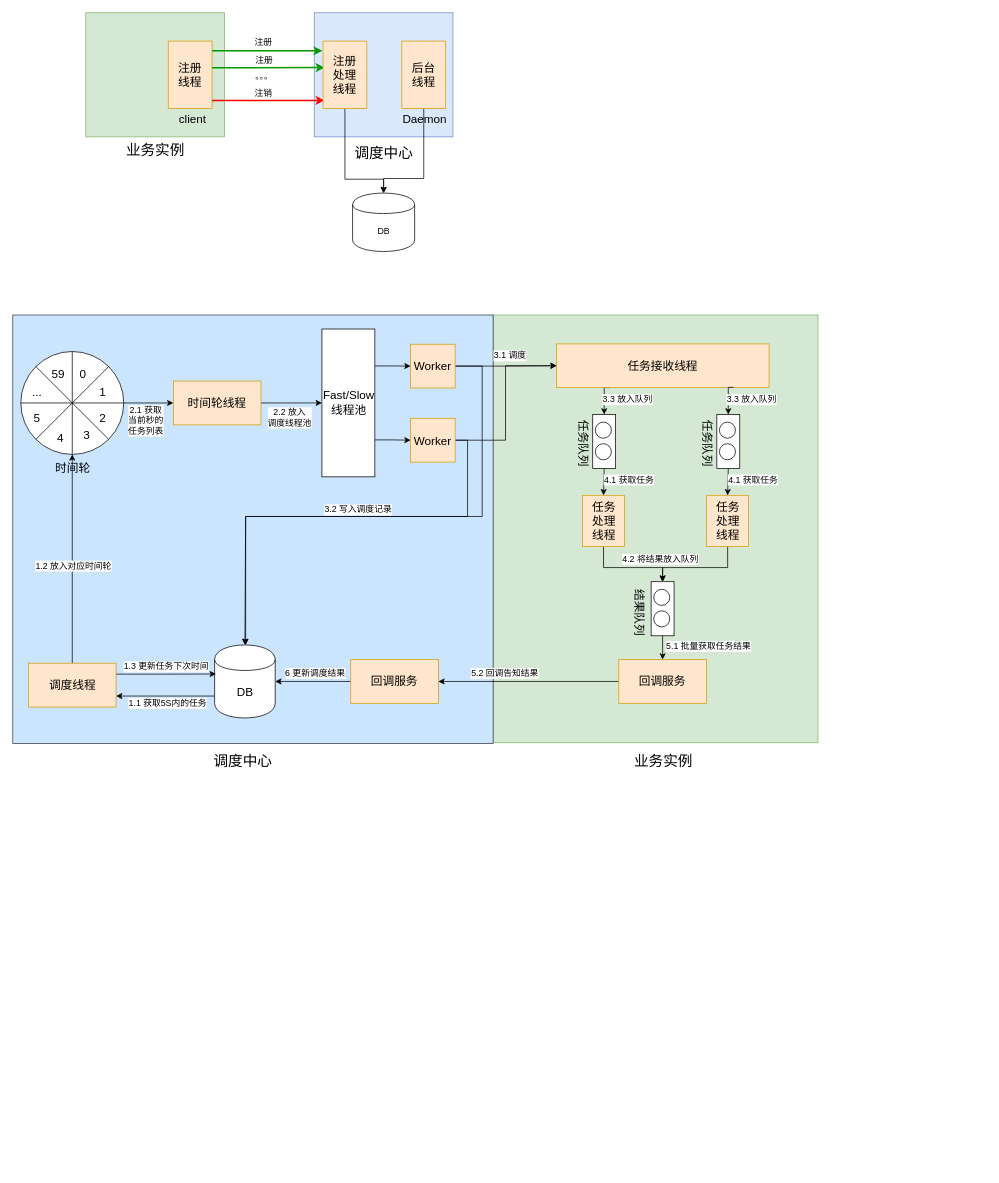
Before: zz/zzschedule/zzschedule.drawio in waterystone/draw_io, a draw.io diagram. Source tidied: cells renumbered, new cells numbered last; positions are measured from the earlier drawing's top-left corner, leaving out a move shared by most shapes. Both pictures are drawn from the tidied source at 73%, with x=0, y=0 at pixel (12, 12).
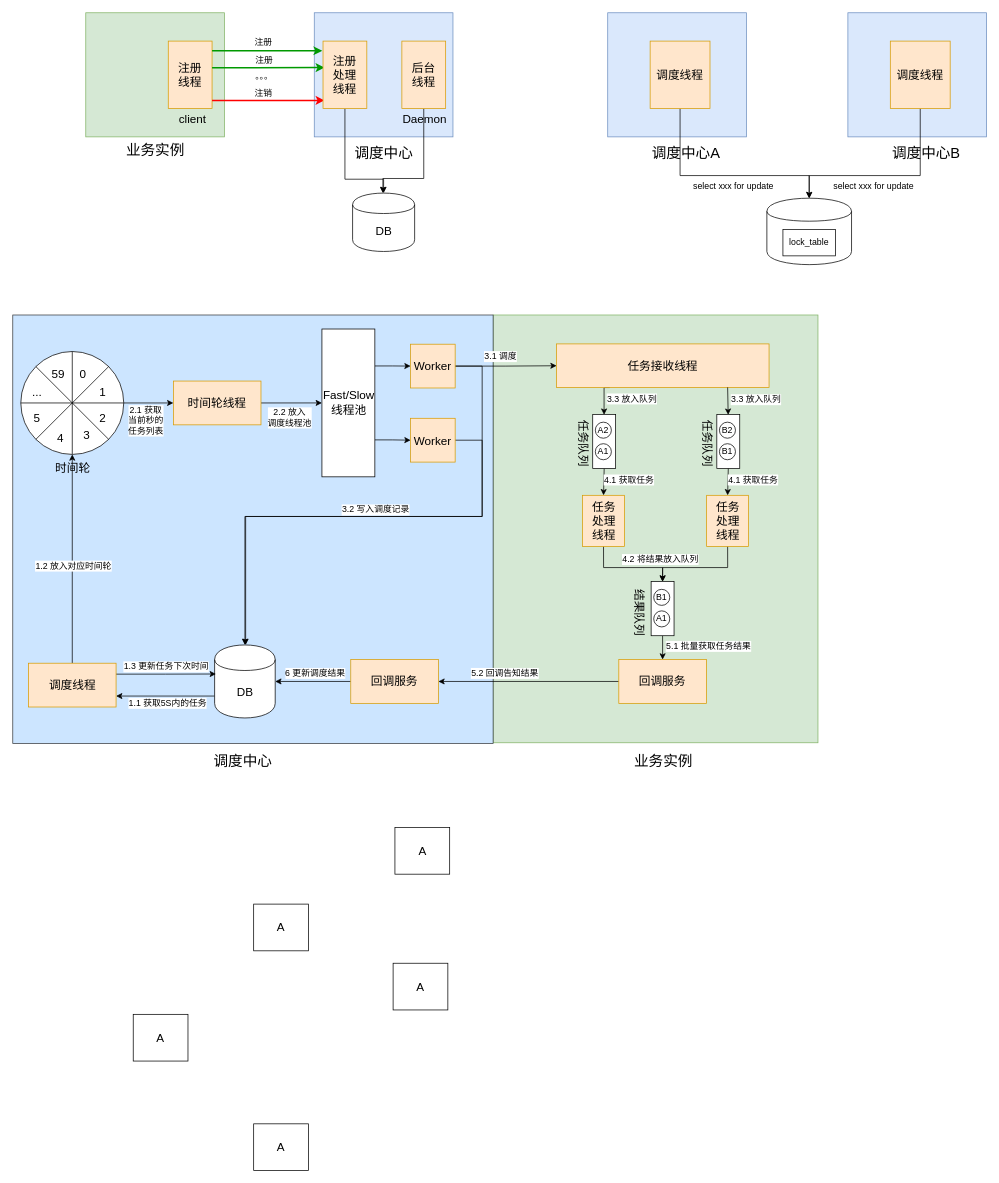
Above is the later version.

Unchanged cells that the change refers to:
```xml
<mxCell id="17" value="&lt;font style=&quot;font-size: 16px&quot;&gt;后台&lt;br&gt;线程&lt;br&gt;&lt;/font&gt;" style="rounded=0;whiteSpace=wrap;html=1;fillColor=#ffe6cc;strokeColor=#d79b00;" parent="1" vertex="1">
  <mxGeometry x="533" y="38.8" width="60" height="92.5" as="geometry" />
</mxCell>
<mxCell id="25" value="&lt;font style=&quot;font-size: 16px&quot;&gt;DB&lt;/font&gt;" style="shape=cylinder;whiteSpace=wrap;html=1;boundedLbl=1;backgroundOutline=1;" parent="1" vertex="1">
  <mxGeometry x="276.5" y="866" width="83" height="100" as="geometry" />
</mxCell>
<mxCell id="56" value="&lt;span style=&quot;font-size: 16px&quot;&gt;任务接收线程&lt;br&gt;&lt;/span&gt;" style="rounded=0;whiteSpace=wrap;html=1;strokeColor=#d79b00;fillColor=#ffe6cc;" parent="1" vertex="1">
  <mxGeometry x="745" y="453.6" width="291" height="59.8" as="geometry" />
</mxCell>
<mxCell id="66" value="&lt;font style=&quot;font-size: 16px&quot;&gt;Worker&lt;/font&gt;" style="rounded=0;whiteSpace=wrap;html=1;strokeColor=#d79b00;fillColor=#ffe6cc;" parent="1" vertex="1">
  <mxGeometry x="545" y="555.5" width="61" height="60" as="geometry" />
</mxCell>
<mxCell id="86" style="group;" parent="1" vertex="1">
  <mxGeometry x="943.1" y="560.8" width="74.1" height="51.5" as="geometry" />
</mxCell>
<mxCell id="87" style="rounded=0;whiteSpace=wrap;html=1;strokeColor=#000000;strokeWidth=1;rotation=-90;" parent="86" vertex="1">
  <mxGeometry y="10.9" width="74.1" height="31.4" as="geometry" />
</mxCell>
```

Diff of the diagram source:
```diff
@@
-    <mxCell id="15" value="DB" style="shape=cylinder;whiteSpace=wrap;html=1;boundedLbl=1;backgroundOutline=1;" parent="1" vertex="1">
+    <mxCell id="15" value="&lt;font style=&quot;font-size: 16px&quot;&gt;DB&lt;/font&gt;" style="shape=cylinder;whiteSpace=wrap;html=1;boundedLbl=1;backgroundOutline=1;" parent="1" vertex="1">
       <mxGeometry x="465.5" y="247" width="85" height="80" as="geometry" />
     </mxCell>
     <mxCell id="16" style="edgeStyle=orthogonalEdgeStyle;rounded=0;jettySize=auto;html=1;exitX=0.5;exitY=1;exitDx=0;exitDy=0;strokeColor=#000000;strokeWidth=1;" parent="1" edge="1" source="17" target="15">
       <mxGeometry relative="1" as="geometry">
         <Array as="points">
           <mxPoint x="563" y="227" />
-          <mxPoint x="508" y="227" />
+          <mxPoint x="507" y="227" />
         </Array>
       </mxGeometry>
     </mxCell>
@@
-    <mxCell id="54" style="edgeStyle=orthogonalEdgeStyle;rounded=0;jettySize=auto;html=1;exitX=0.25;exitY=1;exitDx=0;exitDy=0;entryX=1;entryY=0.5;entryDx=0;entryDy=0;strokeColor=#000000;strokeWidth=1;" parent="1" edge="1" source="56" target="68">
-      <mxGeometry relative="1" as="geometry" />
+    <mxCell id="54" style="edgeStyle=orthogonalEdgeStyle;rounded=0;jettySize=auto;html=1;exitX=0.25;exitY=1;exitDx=0;exitDy=0;entryX=1;entryY=0.5;entryDx=0;entryDy=0;strokeColor=#000000;strokeWidth=1;" parent="1" edge="1" source="56">
+      <mxGeometry relative="1" as="geometry">
+        <mxPoint x="810" y="550.7" as="targetPoint" />
+      </mxGeometry>
     </mxCell>
     <mxCell id="55" value="3.3 放入队列" style="text;html=1;align=center;verticalAlign=middle;labelBackgroundColor=#ffffff;" parent="54" vertex="1">
       <mxGeometry x="-0.16" y="-1" relative="1" as="geometry">
-        <mxPoint x="32.6" y="4.2" as="offset" />
+        <mxPoint x="38.3" y="4.2" as="offset" />
       </mxGeometry>
     </mxCell>
@@
-    <mxCell id="62" style="edgeStyle=orthogonalEdgeStyle;rounded=0;jettySize=auto;html=1;exitX=1;exitY=0.5;exitDx=0;exitDy=0;entryX=0;entryY=0.5;entryDx=0;entryDy=0;strokeColor=#000000;strokeWidth=1;" parent="1" edge="1" source="66" target="56">
-      <mxGeometry relative="1" as="geometry">
-        <Array as="points">
-          <mxPoint x="675" y="585" />
-          <mxPoint x="675" y="484" />
-        </Array>
-      </mxGeometry>
-    </mxCell>
-    <mxCell id="63" value="3.1 调度" style="text;html=1;align=center;verticalAlign=middle;labelBackgroundColor=#ffffff;" parent="62" vertex="1">
-      <mxGeometry x="0.59" y="1" relative="1" as="geometry">
-        <mxPoint x="-15.1" y="-12.7" as="offset" />
-      </mxGeometry>
-    </mxCell>
     <mxCell id="64" style="edgeStyle=orthogonalEdgeStyle;rounded=0;jettySize=auto;html=1;exitX=1;exitY=0.5;exitDx=0;exitDy=0;entryX=0.5;entryY=0;entryDx=0;entryDy=0;strokeColor=#000000;strokeWidth=1;" parent="1" edge="1" source="66" target="25">
       <mxGeometry relative="1" as="geometry">
         <Array as="points">
-          <mxPoint x="623" y="585" />
-          <mxPoint x="623" y="690" />
-          <mxPoint x="319" y="690" />
+          <mxPoint x="643" y="585" />
+          <mxPoint x="643" y="690" />
+          <mxPoint x="318" y="690" />
         </Array>
       </mxGeometry>
     </mxCell>
@@
-    <mxCell id="67" style="group;" parent="1" vertex="1">
-      <mxGeometry x="773.1" y="560.8" width="74.1" height="51.5" as="geometry" />
-    </mxCell>
-    <mxCell id="68" style="rounded=0;whiteSpace=wrap;html=1;strokeColor=#000000;strokeWidth=1;rotation=-90;" parent="67" vertex="1">
-      <mxGeometry y="10.9" width="74.1" height="31.4" as="geometry" />
-    </mxCell>
-    <mxCell id="69" style="ellipse;whiteSpace=wrap;html=1;strokeColor=#000000;strokeWidth=1;rotation=-90;" parent="67" vertex="1">
-      <mxGeometry x="24.9" y="29.5" width="22" height="22" as="geometry" />
-    </mxCell>
-    <mxCell id="70" style="ellipse;whiteSpace=wrap;html=1;strokeColor=#000000;strokeWidth=1;rotation=-90;" parent="67" vertex="1">
-      <mxGeometry x="24.9" width="22" height="22" as="geometry" />
-    </mxCell>
-    <mxCell id="71" value="&lt;span style=&quot;font-size: 16px&quot;&gt;任务队列&lt;/span&gt;" style="text;html=1;align=center;verticalAlign=middle;rotation=90;" parent="67" vertex="1">
-      <mxGeometry x="-27.1" y="19.2" width="74" height="19" as="geometry" />
-    </mxCell>
-    <mxCell id="72" style="group;" parent="1" vertex="1">
-      <mxGeometry x="853.1" y="789.8" width="74.1" height="51.5" as="geometry" />
-    </mxCell>
-    <mxCell id="73" style="rounded=0;whiteSpace=wrap;html=1;strokeColor=#000000;strokeWidth=1;rotation=-90;" parent="72" vertex="1">
-      <mxGeometry y="10.9" width="74.1" height="31.4" as="geometry" />
-    </mxCell>
-    <mxCell id="74" style="ellipse;whiteSpace=wrap;html=1;strokeColor=#000000;strokeWidth=1;rotation=-90;" parent="72" vertex="1">
-      <mxGeometry x="24.9" y="29.5" width="22" height="22" as="geometry" />
-    </mxCell>
-    <mxCell id="75" style="ellipse;whiteSpace=wrap;html=1;strokeColor=#000000;strokeWidth=1;rotation=-90;" parent="72" vertex="1">
-      <mxGeometry x="24.9" width="22" height="22" as="geometry" />
-    </mxCell>
-    <mxCell id="76" value="&lt;span style=&quot;font-size: 16px&quot;&gt;结果队列&lt;/span&gt;" style="text;html=1;align=center;verticalAlign=middle;rotation=90;" parent="72" vertex="1">
-      <mxGeometry x="-31.1" y="22" width="74" height="19" as="geometry" />
-    </mxCell>
@@
-    <mxCell id="82" style="edgeStyle=orthogonalEdgeStyle;rounded=0;jettySize=auto;html=1;exitX=0.25;exitY=1;exitDx=0;exitDy=0;entryX=1;entryY=0.5;entryDx=0;entryDy=0;strokeColor=#000000;strokeWidth=1;" parent="1" edge="1" target="87">
+    <mxCell id="82" style="edgeStyle=orthogonalEdgeStyle;rounded=0;jettySize=auto;html=1;exitX=0.805;exitY=0.996;exitDx=0;exitDy=0;entryX=1;entryY=0.5;entryDx=0;entryDy=0;strokeColor=#000000;strokeWidth=1;exitPerimeter=0;" parent="1" edge="1" source="56">
       <mxGeometry relative="1" as="geometry">
-        <mxPoint x="987.4" y="513.1" as="sourcePoint" />
+        <mxPoint x="980" y="550.7" as="targetPoint" />
       </mxGeometry>
     </mxCell>
     <mxCell id="83" value="3.3 放入队列" style="text;html=1;align=center;verticalAlign=middle;labelBackgroundColor=#ffffff;" parent="82" vertex="1">
       <mxGeometry x="-0.16" y="-1" relative="1" as="geometry">
-        <mxPoint x="32.6" y="4.2" as="offset" />
+        <mxPoint x="38.7" as="offset" />
       </mxGeometry>
     </mxCell>
@@
-    <mxCell id="88" style="ellipse;whiteSpace=wrap;html=1;strokeColor=#000000;strokeWidth=1;rotation=-90;" parent="86" vertex="1">
+    <mxCell id="88" value="B1" style="ellipse;whiteSpace=wrap;html=1;strokeColor=#000000;strokeWidth=1;rotation=0;" parent="86" vertex="1">
       <mxGeometry x="24.9" y="29.5" width="22" height="22" as="geometry" />
     </mxCell>
-    <mxCell id="89" style="ellipse;whiteSpace=wrap;html=1;strokeColor=#000000;strokeWidth=1;rotation=-90;" parent="86" vertex="1">
+    <mxCell id="89" value="B2" style="ellipse;whiteSpace=wrap;html=1;strokeColor=#000000;strokeWidth=1;rotation=0;" parent="86" vertex="1">
       <mxGeometry x="24.9" width="22" height="22" as="geometry" />
     </mxCell>
@@
+    <mxCell id="68" style="rounded=0;whiteSpace=wrap;html=1;strokeColor=#000000;strokeWidth=1;rotation=-90;" parent="1" vertex="1">
+      <mxGeometry x="773.1" y="571.6" width="74.1" height="31.4" as="geometry" />
+    </mxCell>
+    <mxCell id="69" value="A1" style="ellipse;whiteSpace=wrap;html=1;strokeColor=#000000;strokeWidth=1;rotation=0;" parent="1" vertex="1">
+      <mxGeometry x="798" y="590.3" width="22" height="22" as="geometry" />
+    </mxCell>
+    <mxCell id="70" value="A2" style="ellipse;whiteSpace=wrap;html=1;strokeColor=#000000;strokeWidth=1;rotation=0;" parent="1" vertex="1">
+      <mxGeometry x="798" y="560.8" width="22" height="22" as="geometry" />
+    </mxCell>
+    <mxCell id="71" value="&lt;span style=&quot;font-size: 16px&quot;&gt;任务队列&lt;/span&gt;" style="text;html=1;align=center;verticalAlign=middle;rotation=90;" parent="1" vertex="1">
+      <mxGeometry x="746" y="580" width="74" height="19" as="geometry" />
+    </mxCell>
+    <mxCell id="73" style="rounded=0;whiteSpace=wrap;html=1;strokeColor=#000000;strokeWidth=1;rotation=-90;" parent="1" vertex="1">
+      <mxGeometry x="853.1" y="800.6" width="74.1" height="31.4" as="geometry" />
+    </mxCell>
+    <mxCell id="74" value="A1" style="ellipse;whiteSpace=wrap;html=1;strokeColor=#000000;strokeWidth=1;rotation=0;" parent="1" vertex="1">
+      <mxGeometry x="878" y="819.3" width="22" height="22" as="geometry" />
+    </mxCell>
+    <mxCell id="75" value="B1" style="ellipse;whiteSpace=wrap;html=1;strokeColor=#000000;strokeWidth=1;rotation=0;" parent="1" vertex="1">
+      <mxGeometry x="878" y="789.8" width="22" height="22" as="geometry" />
+    </mxCell>
+    <mxCell id="76" value="&lt;span style=&quot;font-size: 16px&quot;&gt;结果队列&lt;/span&gt;" style="text;html=1;align=center;verticalAlign=middle;rotation=90;" parent="1" vertex="1">
+      <mxGeometry x="822" y="811.8" width="74" height="19" as="geometry" />
+    </mxCell>
+    <mxCell id="63" value="3.1 调度" style="text;html=1;align=center;verticalAlign=middle;labelBackgroundColor=#ffffff;" parent="1" vertex="1">
+      <mxGeometry x="699" y="479" as="geometry">
+        <mxPoint x="-31.5" y="-8.5" as="offset" />
+      </mxGeometry>
+    </mxCell>
+    <mxCell id="98" style="rounded=0;whiteSpace=wrap;html=1;fillColor=#dae8fc;strokeColor=#6c8ebf;" parent="1" vertex="1">
+      <mxGeometry x="815" width="190" height="170" as="geometry" />
+    </mxCell>
+    <mxCell id="99" style="shape=cylinder;whiteSpace=wrap;html=1;boundedLbl=1;backgroundOutline=1;" parent="1" vertex="1">
+      <mxGeometry x="1033" y="254" width="116" height="91" as="geometry" />
+    </mxCell>
+    <mxCell id="100" value="&lt;font style=&quot;font-size: 20px&quot;&gt;调度中心A&lt;/font&gt;" style="text;html=1;align=center;verticalAlign=middle;" parent="1" vertex="1">
+      <mxGeometry x="870" y="182" width="103" height="20" as="geometry" />
+    </mxCell>
+    <mxCell id="101" style="edgeStyle=orthogonalEdgeStyle;rounded=0;jettySize=auto;html=1;exitX=0.5;exitY=1;exitDx=0;exitDy=0;entryX=0.5;entryY=0;entryDx=0;entryDy=0;strokeColor=#000000;strokeWidth=1;" parent="1" edge="1" source="102" target="99">
+      <mxGeometry relative="1" as="geometry">
+        <Array as="points">
+          <mxPoint x="915" y="223" />
+          <mxPoint x="1091" y="223" />
+        </Array>
+      </mxGeometry>
+    </mxCell>
+    <mxCell id="102" value="&lt;font style=&quot;font-size: 16px&quot;&gt;调度线程&lt;br&gt;&lt;/font&gt;" style="rounded=0;whiteSpace=wrap;html=1;fillColor=#ffe6cc;strokeColor=#d79b00;" parent="1" vertex="1">
+      <mxGeometry x="873.1" y="38.8" width="82" height="92.5" as="geometry" />
+    </mxCell>
+    <mxCell id="103" style="rounded=0;whiteSpace=wrap;html=1;fillColor=#dae8fc;strokeColor=#6c8ebf;" parent="1" vertex="1">
+      <mxGeometry x="1144" width="190" height="170" as="geometry" />
+    </mxCell>
+    <mxCell id="104" value="&lt;font style=&quot;font-size: 20px&quot;&gt;调度中心B&lt;/font&gt;" style="text;html=1;align=center;verticalAlign=middle;" parent="1" vertex="1">
+      <mxGeometry x="1199" y="182" width="103" height="20" as="geometry" />
+    </mxCell>
+    <mxCell id="105" style="edgeStyle=orthogonalEdgeStyle;rounded=0;jettySize=auto;html=1;exitX=0.5;exitY=1;exitDx=0;exitDy=0;entryX=0.5;entryY=0;entryDx=0;entryDy=0;strokeColor=#000000;strokeWidth=1;" parent="1" edge="1" source="106" target="99">
+      <mxGeometry relative="1" as="geometry">
+        <Array as="points">
+          <mxPoint x="1243" y="223" />
+          <mxPoint x="1091" y="223" />
+        </Array>
+      </mxGeometry>
+    </mxCell>
+    <mxCell id="106" value="&lt;font style=&quot;font-size: 16px&quot;&gt;调度线程&lt;br&gt;&lt;/font&gt;" style="rounded=0;whiteSpace=wrap;html=1;fillColor=#ffe6cc;strokeColor=#d79b00;" parent="1" vertex="1">
+      <mxGeometry x="1202.1" y="38.8" width="82" height="92.5" as="geometry" />
+    </mxCell>
+    <mxCell id="107" value="select xxx for update" style="text;html=1;align=center;verticalAlign=middle;" parent="1" vertex="1">
+      <mxGeometry x="927.3" y="229" width="120" height="18" as="geometry" />
+    </mxCell>
+    <mxCell id="108" value="lock_table" style="rounded=0;whiteSpace=wrap;html=1;strokeColor=#000000;strokeWidth=1;" parent="1" vertex="1">
+      <mxGeometry x="1055" y="297" width="72" height="36" as="geometry" />
+    </mxCell>
+    <mxCell id="109" value="select xxx for update" style="text;html=1;align=center;verticalAlign=middle;" parent="1" vertex="1">
+      <mxGeometry x="1119" y="229" width="120" height="18" as="geometry" />
+    </mxCell>
+    <mxCell id="110" value="&lt;font style=&quot;font-size: 16px&quot;&gt;A&lt;/font&gt;" style="rounded=0;whiteSpace=wrap;html=1;strokeColor=#000000;" parent="1" vertex="1">
+      <mxGeometry x="165" y="1372" width="75" height="64" as="geometry" />
+    </mxCell>
+    <mxCell id="111" value="&lt;font style=&quot;font-size: 16px&quot;&gt;A&lt;/font&gt;" style="rounded=0;whiteSpace=wrap;html=1;strokeColor=#000000;" parent="1" vertex="1">
+      <mxGeometry x="330" y="1221" width="75" height="64" as="geometry" />
+    </mxCell>
+    <mxCell id="112" value="&lt;font style=&quot;font-size: 16px&quot;&gt;A&lt;/font&gt;" style="rounded=0;whiteSpace=wrap;html=1;strokeColor=#000000;" parent="1" vertex="1">
+      <mxGeometry x="330" y="1522" width="75" height="64" as="geometry" />
+    </mxCell>
+    <mxCell id="113" value="&lt;font style=&quot;font-size: 16px&quot;&gt;A&lt;/font&gt;" style="rounded=0;whiteSpace=wrap;html=1;strokeColor=#000000;" parent="1" vertex="1">
+      <mxGeometry x="523.5" y="1116" width="75" height="64" as="geometry" />
+    </mxCell>
+    <mxCell id="114" value="&lt;font style=&quot;font-size: 16px&quot;&gt;A&lt;/font&gt;" style="rounded=0;whiteSpace=wrap;html=1;strokeColor=#000000;" parent="1" vertex="1">
+      <mxGeometry x="521" y="1302" width="75" height="64" as="geometry" />
+    </mxCell>
```
